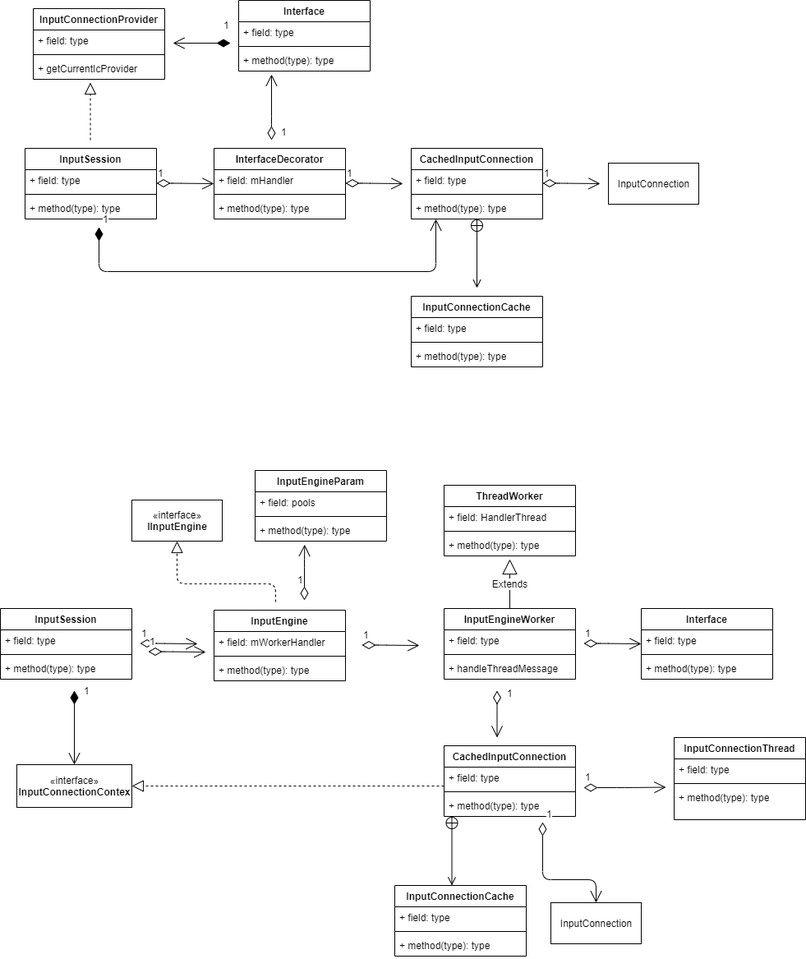
chonglv/charts keeps this draw.io diagram as input/foreign-input-improve.png. Above is the earlier version. Source tidied: cells renumbered, new cells last; positions are measured from the earlier drawing's top-left corner, leaving out a move shared by most shapes.
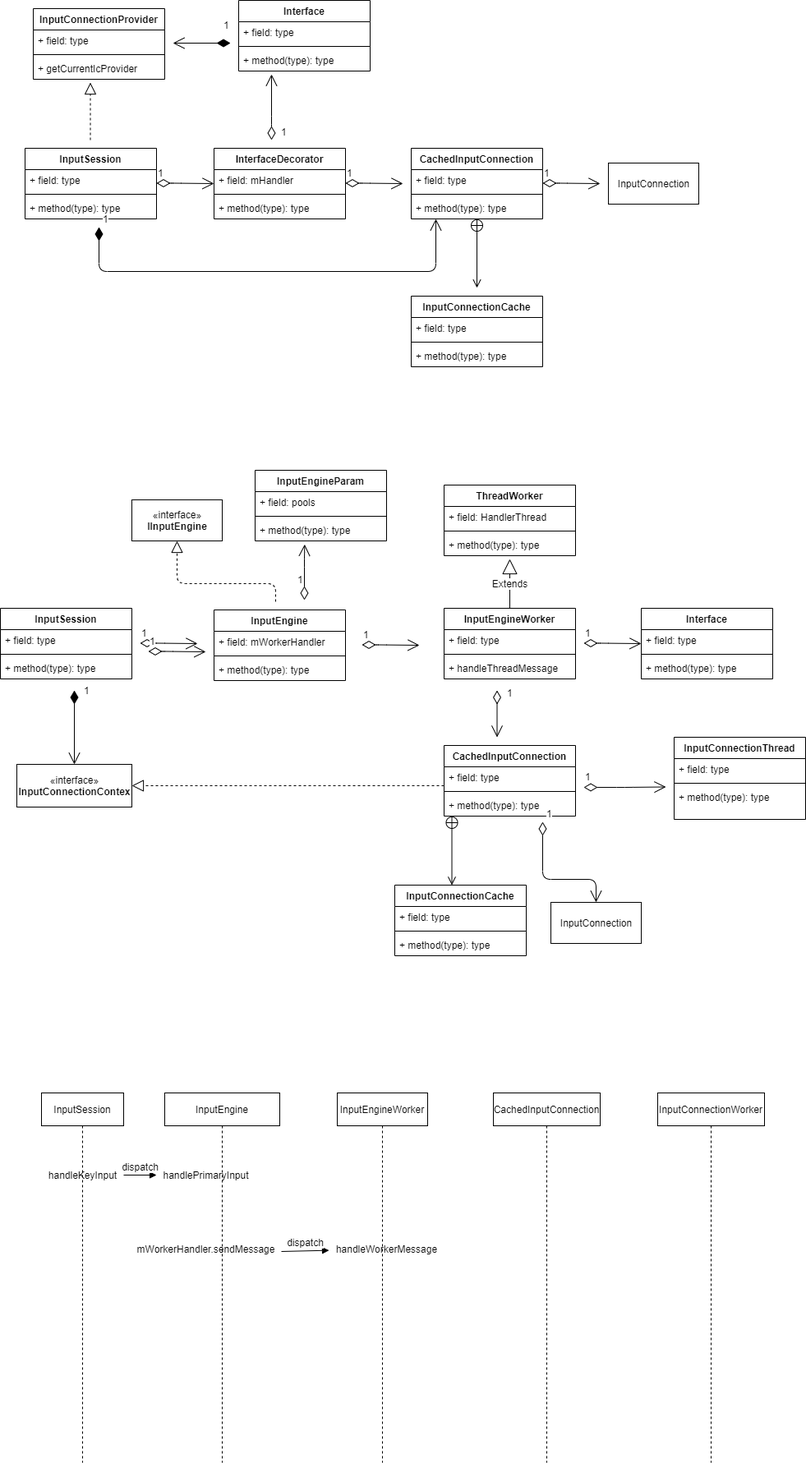
Later version of the same file.

The edit, as a diff of the source:
```diff
@@ -371,5 +371,40 @@
         </Array>
       </mxGeometry>
     </mxCell>
+    <mxCell id="87" value="InputSession" style="shape=umlLifeline;perimeter=lifelinePerimeter;whiteSpace=wrap;html=1;" parent="1" vertex="1">
+      <mxGeometry x="50" y="1330" width="100" height="450" as="geometry" />
+    </mxCell>
+    <mxCell id="88" value="InputEngine" style="shape=umlLifeline;perimeter=lifelinePerimeter;whiteSpace=wrap;html=1;" parent="1" vertex="1">
+      <mxGeometry x="200" y="1330" width="140" height="450" as="geometry" />
+    </mxCell>
+    <mxCell id="89" value="mWorkerHandler.sendMessage" style="text;html=1;align=center;verticalAlign=middle;" parent="88" vertex="1">
+      <mxGeometry x="-40" y="180" width="180" height="20" as="geometry" />
+    </mxCell>
+    <mxCell id="90" value="InputEngineWorker" style="shape=umlLifeline;perimeter=lifelinePerimeter;whiteSpace=wrap;html=1;" parent="1" vertex="1">
+      <mxGeometry x="410" y="1330" width="110" height="450" as="geometry" />
+    </mxCell>
+    <mxCell id="91" value="CachedInputConnection" style="shape=umlLifeline;perimeter=lifelinePerimeter;whiteSpace=wrap;html=1;" parent="1" vertex="1">
+      <mxGeometry x="600" y="1330" width="130" height="450" as="geometry" />
+    </mxCell>
+    <mxCell id="92" value="InputConnectionWorker" style="shape=umlLifeline;perimeter=lifelinePerimeter;whiteSpace=wrap;html=1;" parent="1" vertex="1">
+      <mxGeometry x="800" y="1330" width="130" height="450" as="geometry" />
+    </mxCell>
+    <mxCell id="93" value="handleKeyInput" style="text;html=1;align=center;verticalAlign=middle;points=[];" parent="1" vertex="1">
+      <mxGeometry x="50" y="1420" width="100" height="20" as="geometry" />
+    </mxCell>
+    <mxCell id="94" value="handlePrimaryInput" style="text;html=1;align=center;verticalAlign=middle;points=[];" parent="1" vertex="1">
+      <mxGeometry x="190" y="1420" width="120" height="20" as="geometry" />
+    </mxCell>
+    <mxCell id="95" value="dispatch" style="html=1;verticalAlign=bottom;endArrow=block;" parent="1" edge="1" source="93" target="94">
+      <mxGeometry relative="1" as="geometry" />
+    </mxCell>
+    <mxCell id="96" value="handleWorkerMessage" style="text;html=1;align=center;verticalAlign=middle;points=[];" parent="1" vertex="1">
+      <mxGeometry x="400" y="1510" width="140" height="20" as="geometry" />
+    </mxCell>
+    <mxCell id="97" value="dispatch" style="html=1;verticalAlign=bottom;endArrow=block;" parent="1" edge="1" target="96">
+      <mxGeometry relative="1" as="geometry">
+        <mxPoint x="342" y="1523" as="sourcePoint" />
+      </mxGeometry>
+    </mxCell>
   </root>
 </mxGraphModel>
```
